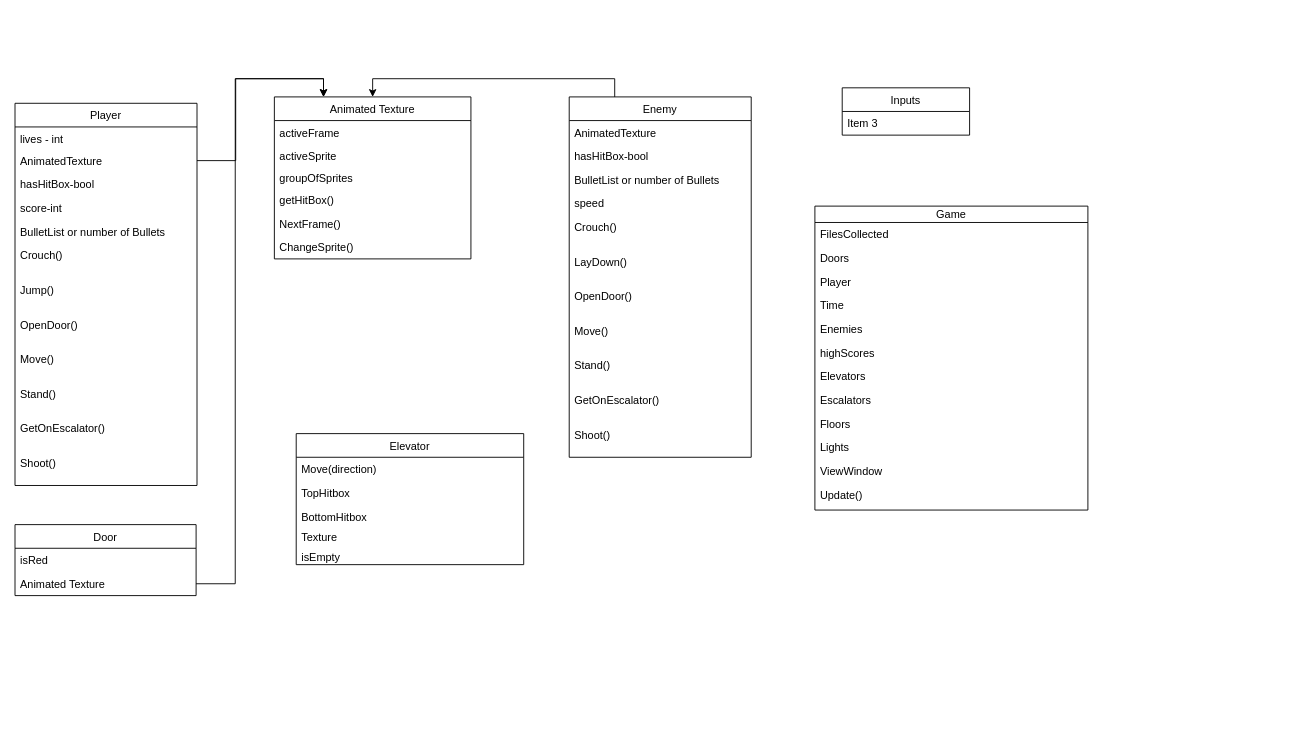
Earlier version of the draw.io diagram Elevator Action.drawio (davidabaker88/Elevator-Action). Source tidied: cells renumbered, new cells numbered last; positions are measured from the earlier drawing's top-left corner, leaving out a move shared by most shapes. Both pictures are drawn from the tidied source at 91%, with x=0, y=0 at pixel (15, 87).
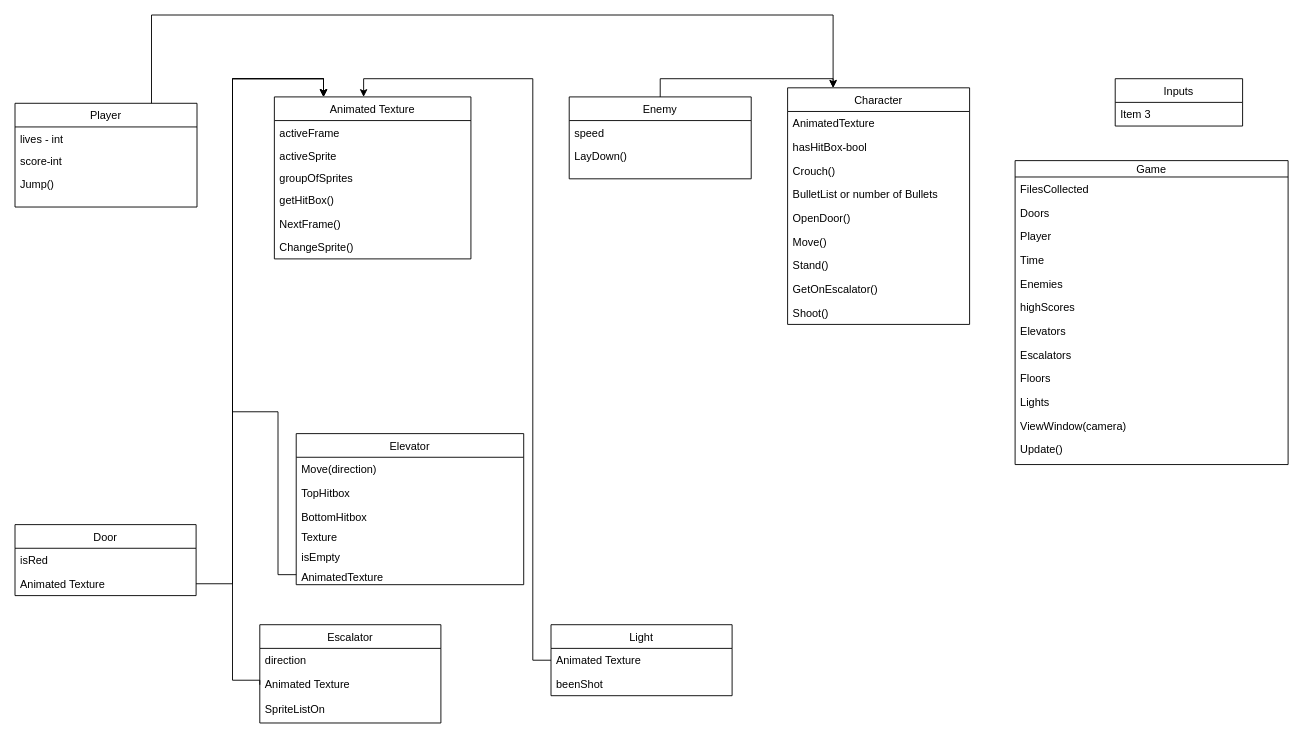
Above is the later version.

The change refers to these unchanged cells:
```xml
<mxCell id="15" value="Animated Texture" style="swimlane;fontStyle=0;horizontal=1;startSize=26;fillColor=none;" parent="1" vertex="1">
  <mxGeometry x="285" y="10" width="216" height="178" as="geometry" />
</mxCell>
<mxCell id="40" value="Animated Texture" style="text;strokeColor=none;fillColor=none;align=left;verticalAlign=top;spacingLeft=4;spacingRight=4;overflow=hidden;points=[[0,0.5],[1,0.5]];portConstraint=eastwest;" parent="38" vertex="1">
  <mxGeometry y="52" width="199" height="26" as="geometry" />
</mxCell>
```

What changed in the source:
```diff
@@
+    <mxCell id="61" style="edgeStyle=orthogonalEdgeStyle;rounded=0;jettySize=auto;html=1;exitX=0.75;exitY=0;exitDx=0;exitDy=0;entryX=0.25;entryY=0;entryDx=0;entryDy=0;" parent="1" edge="1" source="2" target="72">
+      <mxGeometry relative="1" as="geometry">
+        <Array as="points">
+          <mxPoint x="150" y="-80" />
+          <mxPoint x="899" y="-80" />
+        </Array>
+      </mxGeometry>
+    </mxCell>
     <mxCell id="2" value="Player" style="swimlane;fontStyle=0;horizontal=1;startSize=26;fillColor=none;" parent="1" vertex="1">
-      <mxGeometry y="17" width="200" height="420" as="geometry" />
+      <mxGeometry y="17" width="200" height="114" as="geometry" />
     </mxCell>
@@
-    <mxCell id="4" value="AnimatedTexture" style="text;strokeColor=none;fillColor=none;align=left;verticalAlign=top;spacingLeft=4;spacingRight=4;overflow=hidden;points=[[0,0.5],[1,0.5]];portConstraint=eastwest;" parent="2" vertex="1">
-      <mxGeometry y="50" width="200" height="26" as="geometry" />
-    </mxCell>
-    <mxCell id="5" value="hasHitBox-bool" style="text;strokeColor=none;fillColor=none;align=left;verticalAlign=top;spacingLeft=4;spacingRight=4;overflow=hidden;" parent="2" vertex="1">
-      <mxGeometry y="76" width="200" height="26" as="geometry" />
-    </mxCell>
     <mxCell id="6" value="score-int" style="text;strokeColor=none;fillColor=none;align=left;verticalAlign=top;spacingLeft=4;spacingRight=4;overflow=hidden;" parent="2" vertex="1">
-      <mxGeometry y="102" width="200" height="26" as="geometry" />
+      <mxGeometry y="50" width="200" height="26" as="geometry" />
     </mxCell>
-    <mxCell id="7" value="BulletList or number of Bullets&#10;" style="text;strokeColor=none;fillColor=none;align=left;verticalAlign=top;spacingLeft=4;spacingRight=4;overflow=hidden;" parent="2" vertex="1">
-      <mxGeometry y="128" width="200" height="26" as="geometry" />
-    </mxCell>
-    <mxCell id="8" value="Crouch()" style="text;strokeColor=none;fillColor=none;align=left;verticalAlign=top;spacingLeft=4;spacingRight=4;overflow=hidden;" parent="2" vertex="1">
-      <mxGeometry y="154" width="200" height="38" as="geometry" />
-    </mxCell>
     <mxCell id="9" value="Jump()" style="text;strokeColor=none;fillColor=none;align=left;verticalAlign=top;spacingLeft=4;spacingRight=4;overflow=hidden;" parent="2" vertex="1">
-      <mxGeometry y="192" width="200" height="38" as="geometry" />
+      <mxGeometry y="76" width="200" height="38" as="geometry" />
     </mxCell>
-    <mxCell id="10" value="OpenDoor()&#10;" style="text;strokeColor=none;fillColor=none;align=left;verticalAlign=top;spacingLeft=4;spacingRight=4;overflow=hidden;" parent="2" vertex="1">
-      <mxGeometry y="230" width="200" height="38" as="geometry" />
-    </mxCell>
-    <mxCell id="11" value="Move()" style="text;strokeColor=none;fillColor=none;align=left;verticalAlign=top;spacingLeft=4;spacingRight=4;overflow=hidden;" parent="2" vertex="1">
-      <mxGeometry y="268" width="200" height="38" as="geometry" />
-    </mxCell>
-    <mxCell id="12" value="Stand()" style="text;strokeColor=none;fillColor=none;align=left;verticalAlign=top;spacingLeft=4;spacingRight=4;overflow=hidden;" parent="2" vertex="1">
-      <mxGeometry y="306" width="200" height="38" as="geometry" />
-    </mxCell>
-    <mxCell id="13" value="GetOnEscalator()" style="text;strokeColor=none;fillColor=none;align=left;verticalAlign=top;spacingLeft=4;spacingRight=4;overflow=hidden;" parent="2" vertex="1">
-      <mxGeometry y="344" width="200" height="38" as="geometry" />
-    </mxCell>
-    <mxCell id="14" value="Shoot()" style="text;strokeColor=none;fillColor=none;align=left;verticalAlign=top;spacingLeft=4;spacingRight=4;overflow=hidden;" parent="2" vertex="1">
-      <mxGeometry y="382" width="200" height="38" as="geometry" />
-    </mxCell>
@@
-    <mxCell id="22" style="edgeStyle=orthogonalEdgeStyle;rounded=0;jettySize=auto;html=1;exitX=1;exitY=0.5;exitDx=0;exitDy=0;entryX=0.25;entryY=0;entryDx=0;entryDy=0;" parent="1" edge="1" source="4" target="15">
-      <mxGeometry relative="1" as="geometry" />
-    </mxCell>
-    <mxCell id="23" style="edgeStyle=orthogonalEdgeStyle;rounded=0;jettySize=auto;html=1;exitX=0.25;exitY=0;exitDx=0;exitDy=0;entryX=0.5;entryY=0;entryDx=0;entryDy=0;" parent="1" edge="1" source="24" target="15">
-      <mxGeometry relative="1" as="geometry" />
-    </mxCell>
+    <mxCell id="62" style="edgeStyle=orthogonalEdgeStyle;rounded=0;jettySize=auto;html=1;exitX=0.5;exitY=0;exitDx=0;exitDy=0;entryX=0.25;entryY=0;entryDx=0;entryDy=0;" parent="1" edge="1" source="24" target="72">
+      <mxGeometry relative="1" as="geometry" />
+    </mxCell>
     <mxCell id="24" value="Enemy" style="swimlane;fontStyle=0;horizontal=1;startSize=26;fillColor=none;" parent="1" vertex="1">
-      <mxGeometry x="609" y="10" width="200" height="396" as="geometry" />
+      <mxGeometry x="609" y="10" width="200" height="90" as="geometry" />
     </mxCell>
-    <mxCell id="25" value="AnimatedTexture" style="text;strokeColor=none;fillColor=none;align=left;verticalAlign=top;spacingLeft=4;spacingRight=4;overflow=hidden;" parent="24" vertex="1">
-      <mxGeometry y="26" width="200" height="26" as="geometry" />
-    </mxCell>
-    <mxCell id="26" value="hasHitBox-bool" style="text;strokeColor=none;fillColor=none;align=left;verticalAlign=top;spacingLeft=4;spacingRight=4;overflow=hidden;" parent="24" vertex="1">
-      <mxGeometry y="52" width="200" height="26" as="geometry" />
-    </mxCell>
-    <mxCell id="27" value="BulletList or number of Bullets&#10;" style="text;strokeColor=none;fillColor=none;align=left;verticalAlign=top;spacingLeft=4;spacingRight=4;overflow=hidden;" parent="24" vertex="1">
-      <mxGeometry y="78" width="200" height="26" as="geometry" />
-    </mxCell>
     <mxCell id="28" value="speed" style="text;strokeColor=none;fillColor=none;align=left;verticalAlign=top;spacingLeft=4;spacingRight=4;overflow=hidden;" parent="24" vertex="1">
-      <mxGeometry y="104" width="200" height="26" as="geometry" />
+      <mxGeometry y="26" width="200" height="26" as="geometry" />
     </mxCell>
-    <mxCell id="29" value="Crouch()" style="text;strokeColor=none;fillColor=none;align=left;verticalAlign=top;spacingLeft=4;spacingRight=4;overflow=hidden;" parent="24" vertex="1">
-      <mxGeometry y="130" width="200" height="38" as="geometry" />
-    </mxCell>
     <mxCell id="30" value="LayDown()" style="text;strokeColor=none;fillColor=none;align=left;verticalAlign=top;spacingLeft=4;spacingRight=4;overflow=hidden;" parent="24" vertex="1">
-      <mxGeometry y="168" width="200" height="38" as="geometry" />
+      <mxGeometry y="52" width="200" height="38" as="geometry" />
     </mxCell>
-    <mxCell id="31" value="OpenDoor()&#10;" style="text;strokeColor=none;fillColor=none;align=left;verticalAlign=top;spacingLeft=4;spacingRight=4;overflow=hidden;" parent="24" vertex="1">
-      <mxGeometry y="206" width="200" height="38" as="geometry" />
-    </mxCell>
-    <mxCell id="32" value="Move()" style="text;strokeColor=none;fillColor=none;align=left;verticalAlign=top;spacingLeft=4;spacingRight=4;overflow=hidden;" parent="24" vertex="1">
-      <mxGeometry y="244" width="200" height="38" as="geometry" />
-    </mxCell>
-    <mxCell id="33" value="Stand()" style="text;strokeColor=none;fillColor=none;align=left;verticalAlign=top;spacingLeft=4;spacingRight=4;overflow=hidden;" parent="24" vertex="1">
-      <mxGeometry y="282" width="200" height="38" as="geometry" />
-    </mxCell>
-    <mxCell id="34" value="GetOnEscalator()" style="text;strokeColor=none;fillColor=none;align=left;verticalAlign=top;spacingLeft=4;spacingRight=4;overflow=hidden;" parent="24" vertex="1">
-      <mxGeometry y="320" width="200" height="38" as="geometry" />
-    </mxCell>
-    <mxCell id="35" value="Shoot()" style="text;strokeColor=none;fillColor=none;align=left;verticalAlign=top;spacingLeft=4;spacingRight=4;overflow=hidden;" parent="24" vertex="1">
-      <mxGeometry y="358" width="200" height="38" as="geometry" />
-    </mxCell>
-    <mxCell id="36" value="Inputs" style="swimlane;fontStyle=0;horizontal=1;startSize=26;fillColor=none;" parent="1" vertex="1">
-      <mxGeometry x="909" width="140" height="52" as="geometry" />
-    </mxCell>
-    <mxCell id="37" value="Item 3" style="text;strokeColor=none;fillColor=none;align=left;verticalAlign=top;spacingLeft=4;spacingRight=4;overflow=hidden;" parent="36" vertex="1">
-      <mxGeometry y="26" width="140" height="26" as="geometry" />
-    </mxCell>
@@
+    <mxCell id="54" style="edgeStyle=orthogonalEdgeStyle;rounded=0;jettySize=auto;html=1;exitX=1;exitY=0.5;exitDx=0;exitDy=0;entryX=0.25;entryY=0;entryDx=0;entryDy=0;" parent="1" edge="1" source="40" target="15">
+      <mxGeometry relative="1" as="geometry">
+        <Array as="points">
+          <mxPoint x="239" y="545" />
+          <mxPoint x="239" y="-10" />
+          <mxPoint x="339" y="-10" />
+        </Array>
+      </mxGeometry>
+    </mxCell>
+    <mxCell id="55" value="Elevator" style="swimlane;fontStyle=0;horizontal=1;startSize=26;fillColor=none;" parent="1" vertex="1">
+      <mxGeometry x="309" y="380" width="250" height="166" as="geometry" />
+    </mxCell>
+    <mxCell id="56" value="Move(direction)" style="text;strokeColor=none;fillColor=none;align=left;verticalAlign=top;spacingLeft=4;spacingRight=4;overflow=hidden;" parent="55" vertex="1">
+      <mxGeometry y="26" width="250" height="26" as="geometry" />
+    </mxCell>
+    <mxCell id="57" value="TopHitbox" style="text;strokeColor=none;fillColor=none;align=left;verticalAlign=top;spacingLeft=4;spacingRight=4;overflow=hidden;" parent="55" vertex="1">
+      <mxGeometry y="52" width="250" height="26" as="geometry" />
+    </mxCell>
+    <mxCell id="58" value="BottomHitbox" style="text;strokeColor=none;fillColor=none;align=left;verticalAlign=top;spacingLeft=4;spacingRight=4;overflow=hidden;" parent="55" vertex="1">
+      <mxGeometry y="78" width="250" height="22" as="geometry" />
+    </mxCell>
+    <mxCell id="59" value="Texture" style="text;strokeColor=none;fillColor=none;align=left;verticalAlign=top;spacingLeft=4;spacingRight=4;overflow=hidden;" parent="55" vertex="1">
+      <mxGeometry y="100" width="250" height="22" as="geometry" />
+    </mxCell>
+    <mxCell id="60" value="isEmpty" style="text;strokeColor=none;fillColor=none;align=left;verticalAlign=top;spacingLeft=4;spacingRight=4;overflow=hidden;" parent="55" vertex="1">
+      <mxGeometry y="122" width="250" height="22" as="geometry" />
+    </mxCell>
+    <mxCell id="4" value="AnimatedTexture" style="text;strokeColor=none;fillColor=none;align=left;verticalAlign=top;spacingLeft=4;spacingRight=4;overflow=hidden;points=[[0,0.5],[1,0.5]];portConstraint=eastwest;" parent="55" vertex="1">
+      <mxGeometry y="144" width="250" height="22" as="geometry" />
+    </mxCell>
+    <mxCell id="63" style="edgeStyle=orthogonalEdgeStyle;rounded=0;jettySize=auto;html=1;exitX=0;exitY=0.5;exitDx=0;exitDy=0;entryX=0.25;entryY=0;entryDx=0;entryDy=0;" parent="1" edge="1" source="66" target="15">
+      <mxGeometry relative="1" as="geometry">
+        <Array as="points">
+          <mxPoint x="269" y="651" />
+          <mxPoint x="239" y="651" />
+          <mxPoint x="239" y="-10" />
+          <mxPoint x="339" y="-10" />
+        </Array>
+      </mxGeometry>
+    </mxCell>
+    <mxCell id="64" value="Escalator" style="swimlane;fontStyle=0;horizontal=1;startSize=26;fillColor=none;" parent="1" vertex="1">
+      <mxGeometry x="269" y="590" width="199" height="108" as="geometry" />
+    </mxCell>
+    <mxCell id="65" value="direction" style="text;strokeColor=none;fillColor=none;align=left;verticalAlign=top;spacingLeft=4;spacingRight=4;overflow=hidden;" parent="64" vertex="1">
+      <mxGeometry y="26" width="199" height="26" as="geometry" />
+    </mxCell>
+    <mxCell id="66" value="Animated Texture" style="text;strokeColor=none;fillColor=none;align=left;verticalAlign=top;spacingLeft=4;spacingRight=4;overflow=hidden;points=[[0,0.5],[1,0.5]];portConstraint=eastwest;" parent="64" vertex="1">
+      <mxGeometry y="52" width="199" height="28" as="geometry" />
+    </mxCell>
+    <mxCell id="67" value="SpriteListOn" style="text;strokeColor=none;fillColor=none;align=left;verticalAlign=top;spacingLeft=4;spacingRight=4;overflow=hidden;" parent="64" vertex="1">
+      <mxGeometry y="80" width="199" height="28" as="geometry" />
+    </mxCell>
+    <mxCell id="68" value="Light" style="swimlane;fontStyle=0;horizontal=1;startSize=26;fillColor=none;" parent="1" vertex="1">
+      <mxGeometry x="589" y="590" width="199" height="78" as="geometry" />
+    </mxCell>
+    <mxCell id="69" value="Animated Texture" style="text;strokeColor=none;fillColor=none;align=left;verticalAlign=top;spacingLeft=4;spacingRight=4;overflow=hidden;points=[[0,0.5],[1,0.5]];portConstraint=eastwest;" parent="68" vertex="1">
+      <mxGeometry y="26" width="199" height="26" as="geometry" />
+    </mxCell>
+    <mxCell id="70" value="beenShot" style="text;strokeColor=none;fillColor=none;align=left;verticalAlign=top;spacingLeft=4;spacingRight=4;overflow=hidden;" parent="68" vertex="1">
+      <mxGeometry y="52" width="199" height="26" as="geometry" />
+    </mxCell>
+    <mxCell id="22" style="edgeStyle=orthogonalEdgeStyle;rounded=0;jettySize=auto;html=1;exitX=0;exitY=0.5;exitDx=0;exitDy=0;entryX=0.25;entryY=0;entryDx=0;entryDy=0;" parent="1" edge="1" source="4" target="15">
+      <mxGeometry relative="1" as="geometry">
+        <Array as="points">
+          <mxPoint x="289" y="535" />
+          <mxPoint x="289" y="356" />
+          <mxPoint x="239" y="356" />
+          <mxPoint x="239" y="-10" />
+          <mxPoint x="339" y="-10" />
+        </Array>
+      </mxGeometry>
+    </mxCell>
+    <mxCell id="71" style="edgeStyle=orthogonalEdgeStyle;rounded=0;jettySize=auto;html=1;exitX=0;exitY=0.5;exitDx=0;exitDy=0;entryX=0.454;entryY=0;entryDx=0;entryDy=0;entryPerimeter=0;" parent="1" edge="1" source="69" target="15">
+      <mxGeometry relative="1" as="geometry">
+        <Array as="points">
+          <mxPoint x="569" y="629" />
+          <mxPoint x="569" y="-10" />
+          <mxPoint x="383" y="-10" />
+        </Array>
+      </mxGeometry>
+    </mxCell>
+    <mxCell id="36" value="Inputs" style="swimlane;fontStyle=0;horizontal=1;startSize=26;fillColor=none;" parent="1" vertex="1">
+      <mxGeometry x="1209" y="-10" width="140" height="52" as="geometry" />
+    </mxCell>
+    <mxCell id="37" value="Item 3" style="text;strokeColor=none;fillColor=none;align=left;verticalAlign=top;spacingLeft=4;spacingRight=4;overflow=hidden;" parent="36" vertex="1">
+      <mxGeometry y="26" width="140" height="26" as="geometry" />
+    </mxCell>
+    <mxCell id="72" value="Character" style="swimlane;fontStyle=0;horizontal=1;startSize=26;fillColor=none;" parent="1" vertex="1">
+      <mxGeometry x="849" width="200" height="260" as="geometry" />
+    </mxCell>
+    <mxCell id="25" value="AnimatedTexture" style="text;strokeColor=none;fillColor=none;align=left;verticalAlign=top;spacingLeft=4;spacingRight=4;overflow=hidden;" parent="72" vertex="1">
+      <mxGeometry y="26" width="200" height="26" as="geometry" />
+    </mxCell>
+    <mxCell id="26" value="hasHitBox-bool" style="text;strokeColor=none;fillColor=none;align=left;verticalAlign=top;spacingLeft=4;spacingRight=4;overflow=hidden;" parent="72" vertex="1">
+      <mxGeometry y="52" width="200" height="26" as="geometry" />
+    </mxCell>
+    <mxCell id="73" value="Crouch()" style="text;strokeColor=none;fillColor=none;align=left;verticalAlign=top;spacingLeft=4;spacingRight=4;overflow=hidden;" parent="72" vertex="1">
+      <mxGeometry y="78" width="200" height="26" as="geometry" />
+    </mxCell>
+    <mxCell id="74" value="BulletList or number of Bullets&#10;" style="text;strokeColor=none;fillColor=none;align=left;verticalAlign=top;spacingLeft=4;spacingRight=4;overflow=hidden;" parent="72" vertex="1">
+      <mxGeometry y="104" width="200" height="26" as="geometry" />
+    </mxCell>
+    <mxCell id="75" value="OpenDoor()&#10;" style="text;strokeColor=none;fillColor=none;align=left;verticalAlign=top;spacingLeft=4;spacingRight=4;overflow=hidden;" parent="72" vertex="1">
+      <mxGeometry y="130" width="200" height="26" as="geometry" />
+    </mxCell>
+    <mxCell id="76" value="Move()" style="text;strokeColor=none;fillColor=none;align=left;verticalAlign=top;spacingLeft=4;spacingRight=4;overflow=hidden;" parent="72" vertex="1">
+      <mxGeometry y="156" width="200" height="26" as="geometry" />
+    </mxCell>
+    <mxCell id="77" value="Stand()" style="text;strokeColor=none;fillColor=none;align=left;verticalAlign=top;spacingLeft=4;spacingRight=4;overflow=hidden;" parent="72" vertex="1">
+      <mxGeometry y="182" width="200" height="26" as="geometry" />
+    </mxCell>
+    <mxCell id="78" value="GetOnEscalator()" style="text;strokeColor=none;fillColor=none;align=left;verticalAlign=top;spacingLeft=4;spacingRight=4;overflow=hidden;" parent="72" vertex="1">
+      <mxGeometry y="208" width="200" height="26" as="geometry" />
+    </mxCell>
+    <mxCell id="79" value="Shoot()" style="text;strokeColor=none;fillColor=none;align=left;verticalAlign=top;spacingLeft=4;spacingRight=4;overflow=hidden;" parent="72" vertex="1">
+      <mxGeometry y="234" width="200" height="26" as="geometry" />
+    </mxCell>
     <mxCell id="41" value="Game" style="swimlane;fontStyle=0;horizontal=1;startSize=18;fillColor=none;" parent="1" vertex="1">
-      <mxGeometry x="879" y="130" width="300" height="334" as="geometry" />
+      <mxGeometry x="1099" y="80" width="300" height="334" as="geometry" />
     </mxCell>
@@
-    <mxCell id="52" value="ViewWindow" style="text;strokeColor=none;fillColor=none;align=left;verticalAlign=top;spacingLeft=4;spacingRight=4;overflow=hidden;" parent="41" vertex="1">
+    <mxCell id="52" value="ViewWindow(camera)" style="text;strokeColor=none;fillColor=none;align=left;verticalAlign=top;spacingLeft=4;spacingRight=4;overflow=hidden;" parent="41" vertex="1">
       <mxGeometry y="278" width="300" height="26" as="geometry" />
     </mxCell>
@@
-    <mxCell id="54" style="edgeStyle=orthogonalEdgeStyle;rounded=0;jettySize=auto;html=1;exitX=1;exitY=0.5;exitDx=0;exitDy=0;entryX=0.25;entryY=0;entryDx=0;entryDy=0;" parent="1" edge="1" source="40" target="15">
-      <mxGeometry relative="1" as="geometry" />
-    </mxCell>
-    <mxCell id="55" value="Elevator" style="swimlane;fontStyle=0;horizontal=1;startSize=26;fillColor=none;" parent="1" vertex="1">
-      <mxGeometry x="309" y="380" width="250" height="144" as="geometry" />
-    </mxCell>
-    <mxCell id="56" value="Move(direction)" style="text;strokeColor=none;fillColor=none;align=left;verticalAlign=top;spacingLeft=4;spacingRight=4;overflow=hidden;" parent="55" vertex="1">
-      <mxGeometry y="26" width="250" height="26" as="geometry" />
-    </mxCell>
-    <mxCell id="57" value="TopHitbox" style="text;strokeColor=none;fillColor=none;align=left;verticalAlign=top;spacingLeft=4;spacingRight=4;overflow=hidden;" parent="55" vertex="1">
-      <mxGeometry y="52" width="250" height="26" as="geometry" />
-    </mxCell>
-    <mxCell id="58" value="BottomHitbox" style="text;strokeColor=none;fillColor=none;align=left;verticalAlign=top;spacingLeft=4;spacingRight=4;overflow=hidden;" parent="55" vertex="1">
-      <mxGeometry y="78" width="250" height="22" as="geometry" />
-    </mxCell>
-    <mxCell id="59" value="Texture" style="text;strokeColor=none;fillColor=none;align=left;verticalAlign=top;spacingLeft=4;spacingRight=4;overflow=hidden;" parent="55" vertex="1">
-      <mxGeometry y="100" width="250" height="22" as="geometry" />
-    </mxCell>
-    <mxCell id="60" value="isEmpty" style="text;strokeColor=none;fillColor=none;align=left;verticalAlign=top;spacingLeft=4;spacingRight=4;overflow=hidden;" parent="55" vertex="1">
-      <mxGeometry y="122" width="250" height="22" as="geometry" />
-    </mxCell>
```
